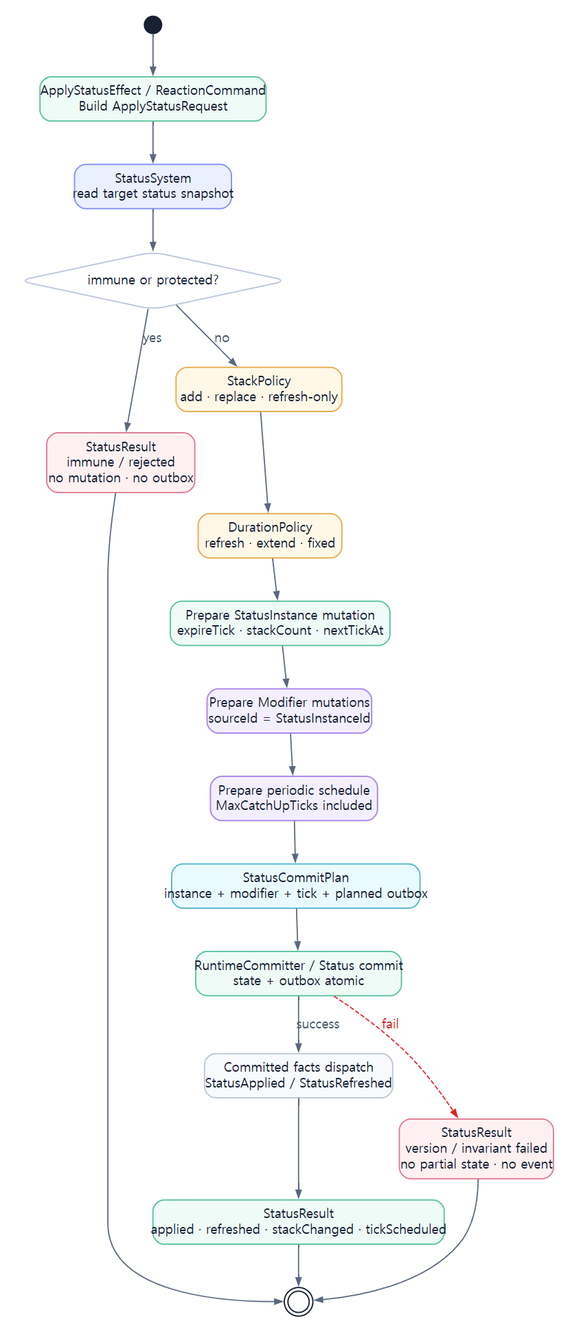
This is assets/diagrams/28_status_apply_sequence_diagram.png from JY-LemongO/game-system-framework-knowledge-site, a Graphviz export, as it was before one commit. Its source is kept beside it as source/diagrams/28_status_apply_sequence_diagram.dot.
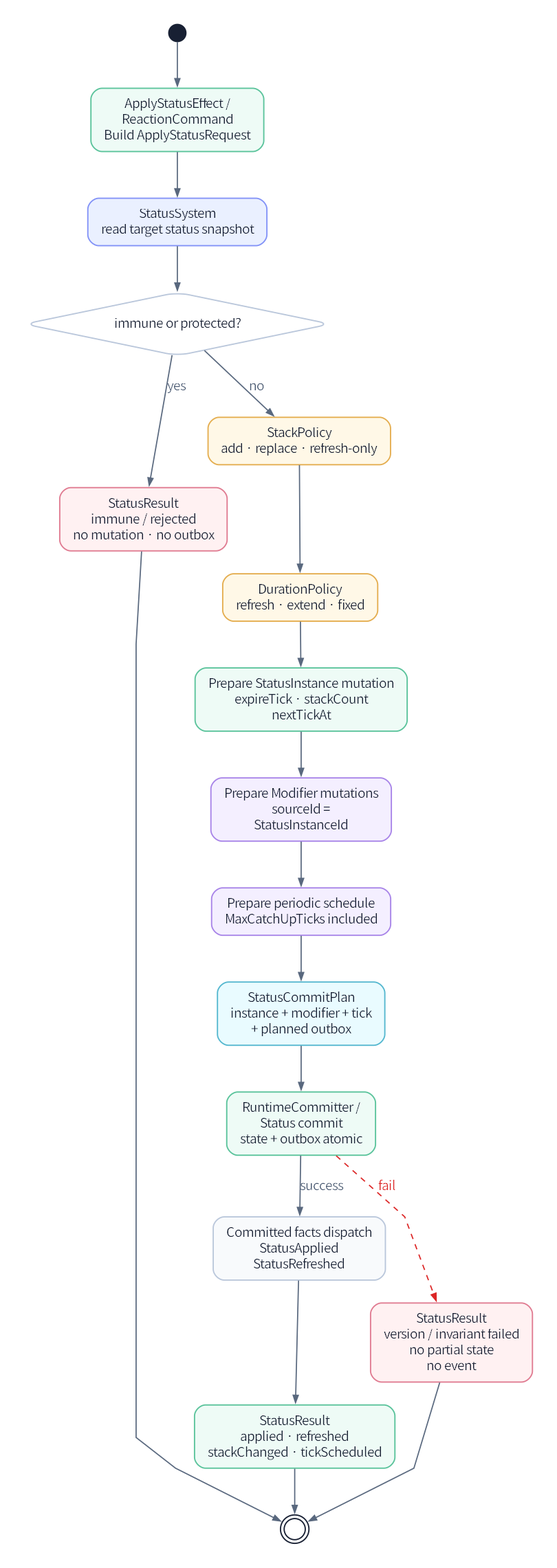
After the change.

Change to the diagram source:
```diff
@@ -1,24 +1,24 @@
 digraph G {
-  graph [fontname="Noto Sans CJK KR", bgcolor="#ffffff", margin=0.12, pad=0.25, ranksep=0.62, nodesep=0.45];
-  node [fontname="Noto Sans CJK KR", shape=box, style="rounded,filled", color="#bac7db", penwidth=1.4, fillcolor="#ffffff", fontcolor="#182033", margin="0.16,0.10"];
-  edge [fontname="Noto Sans CJK KR", color="#59687e", fontcolor="#46566e", arrowsize=0.8, penwidth=1.3];
-  rankdir=TB;
+  graph [fontname="Noto Sans KR", bgcolor="#ffffff", margin=0.12, pad=0.25, ranksep=0.68, nodesep=0.58];
+  node [fontname="Noto Sans KR", shape=box, style="rounded,filled", color="#bac7db", penwidth=1.4, fillcolor="#ffffff", fontcolor="#182033", margin="0.20,0.12"];
+  edge [fontname="Noto Sans KR", color="#59687e", fontcolor="#46566e", arrowsize=0.8, penwidth=1.3];
+  rankdir=TB; splines=polyline;
 
   start [shape=circle, width=.26, label="", fillcolor="#182033", color="#182033"];
-  effect [label="ApplyStatusEffect / ReactionCommand\nBuild ApplyStatusRequest", fillcolor="#eefbf6", color="#5ac39b"];
+  effect [label="ApplyStatusEffect /\nReactionCommand\nBuild ApplyStatusRequest", fillcolor="#eefbf6", color="#5ac39b"];
   system [label="StatusSystem\nread target status snapshot", fillcolor="#eaf0ff", color="#8292f7"];
   immune [shape=diamond, label="immune or protected?"];
   rejected [label="StatusResult\nimmune / rejected\nno mutation · no outbox", fillcolor="#fff1f2", color="#e07b91"];
   stack [label="StackPolicy\nadd · replace · refresh-only", fillcolor="#fff8e7", color="#e4ad4f"];
   duration [label="DurationPolicy\nrefresh · extend · fixed", fillcolor="#fff8e7", color="#e4ad4f"];
-  instance [label="Prepare StatusInstance mutation\nexpireTick · stackCount · nextTickAt", fillcolor="#eefbf6", color="#5ac39b"];
-  modifier [label="Prepare Modifier mutations\nsourceId = StatusInstanceId", fillcolor="#f4efff", color="#a884e8"];
+  instance [label="Prepare StatusInstance mutation\nexpireTick · stackCount\nnextTickAt", fillcolor="#eefbf6", color="#5ac39b"];
+  modifier [label="Prepare Modifier mutations\nsourceId =\nStatusInstanceId", fillcolor="#f4efff", color="#a884e8"];
   tick [label="Prepare periodic schedule\nMaxCatchUpTicks included", fillcolor="#f4efff", color="#a884e8"];
-  plan [label="StatusCommitPlan\ninstance + modifier + tick + planned outbox", fillcolor="#e9fbff", color="#54b7cf"];
-  commit [label="RuntimeCommitter / Status commit\nstate + outbox atomic", fillcolor="#eefbf6", color="#5ac39b"];
-  event [label="Committed facts dispatch\nStatusApplied / StatusRefreshed", fillcolor="#f8fafc"];
-  result [label="StatusResult\napplied · refreshed · stackChanged · tickScheduled", fillcolor="#eefbf6", color="#5ac39b"];
-  failed [label="StatusResult\nversion / invariant failed\nno partial state · no event", fillcolor="#fff1f2", color="#e07b91"];
+  plan [label="StatusCommitPlan\ninstance + modifier + tick\n+ planned outbox", fillcolor="#e9fbff", color="#54b7cf"];
+  commit [label="RuntimeCommitter /\nStatus commit\nstate + outbox atomic", fillcolor="#eefbf6", color="#5ac39b"];
+  event [label="Committed facts dispatch\nStatusApplied\nStatusRefreshed", fillcolor="#f8fafc"];
+  result [label="StatusResult\napplied · refreshed\nstackChanged · tickScheduled", fillcolor="#eefbf6", color="#5ac39b"];
+  failed [label="StatusResult\nversion / invariant failed\nno partial state\nno event", fillcolor="#fff1f2", color="#e07b91"];
   end [shape=doublecircle, width=.32, label="", fillcolor="#ffffff", color="#182033"];
 
   start -> effect -> system -> immune;
```
